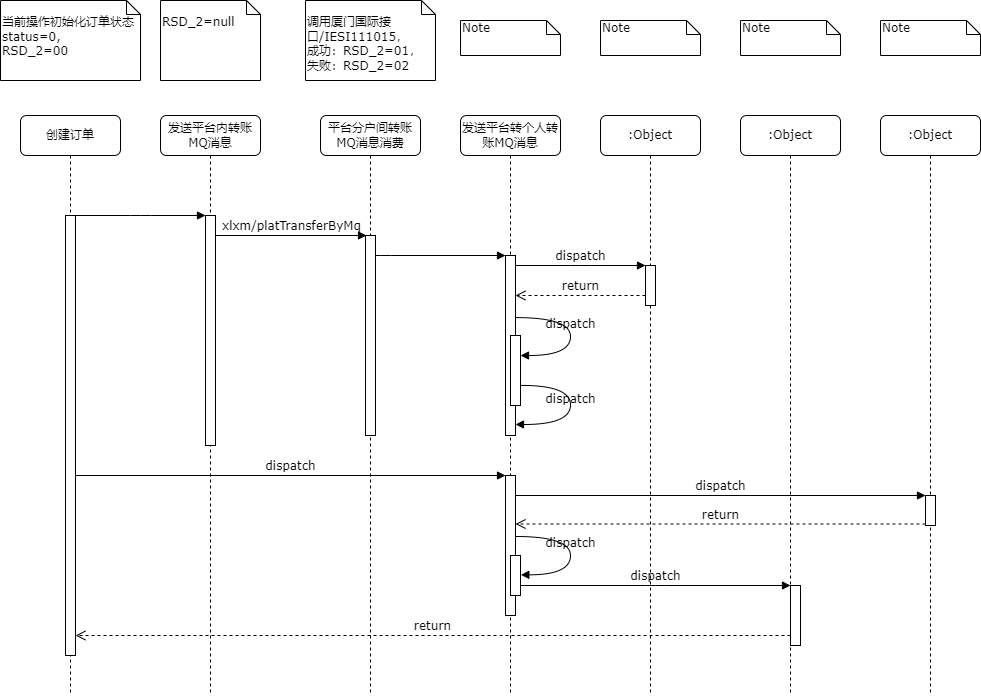
songyibo2019/mydiagrams keeps this draw.io diagram as 厦门银行订单状态RSD_2.png. Above is the earlier version. Source tidied: cells renumbered, new cells last; positions are measured from the earlier drawing's top-left corner, leaving out a move shared by most shapes.
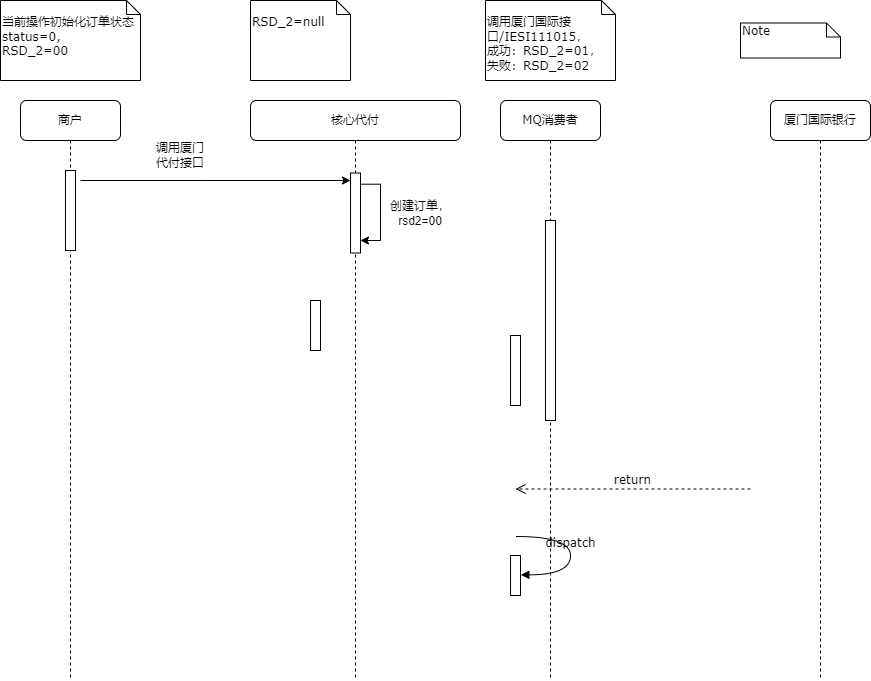
Above is the later version.

Commit message:
Update 厦门银行订单状态RSD_2.png

What changed in the source:
```diff
@@ -2,119 +2,59 @@
   <root>
     <mxCell id="0" />
     <mxCell id="1" parent="0" />
-    <mxCell id="2" value="发送平台内转账MQ消息" style="shape=umlLifeline;perimeter=lifelinePerimeter;whiteSpace=wrap;html=1;rounded=1;shadow=0;comic=0;labelBackgroundColor=none;strokeWidth=1;fontFamily=Verdana;fontSize=12;align=center;" parent="1" vertex="1">
-      <mxGeometry x="160" y="115" width="100" height="580" as="geometry" />
+    <mxCell id="2" value="核心代付" style="shape=umlLifeline;perimeter=lifelinePerimeter;whiteSpace=wrap;html=1;rounded=1;shadow=0;comic=0;labelBackgroundColor=none;strokeWidth=1;fontFamily=Verdana;fontSize=12;align=center;" parent="1" vertex="1">
+      <mxGeometry x="250" y="100" width="210" height="580" as="geometry" />
     </mxCell>
     <mxCell id="3" style="html=1;points=[];perimeter=orthogonalPerimeter;rounded=0;shadow=0;comic=0;labelBackgroundColor=none;strokeWidth=1;fontFamily=Verdana;fontSize=12;align=center;" parent="2" vertex="1">
-      <mxGeometry x="45" y="100" width="10" height="230" as="geometry" />
+      <mxGeometry x="100" y="72.5" width="10" height="80" as="geometry" />
     </mxCell>
-    <mxCell id="4" value="xlxm/platTransferByMq" style="html=1;verticalAlign=bottom;endArrow=block;entryX=0.1;entryY=0;labelBackgroundColor=none;fontFamily=Verdana;fontSize=12;edgeStyle=elbowEdgeStyle;elbow=vertical;entryDx=0;entryDy=0;entryPerimeter=0;" parent="2" edge="1" target="7">
-      <mxGeometry relative="1" as="geometry">
-        <mxPoint x="55" y="120" as="sourcePoint" />
-      </mxGeometry>
-    </mxCell>
-    <mxCell id="5" value="&lt;pre style=&quot;color: rgb(8 , 8 , 8) ; font-family: &amp;#34;jetbrains mono&amp;#34; , monospace ; font-size: 9.8pt&quot;&gt;&lt;br&gt;&lt;/pre&gt;" style="edgeLabel;html=1;align=center;verticalAlign=middle;" parent="4" vertex="1">
-      <mxGeometry x="-0.13" relative="1" as="geometry" />
-    </mxCell>
+    <mxCell id="40" style="html=1;perimeter=orthogonalPerimeter;rounded=0;shadow=0;comic=0;labelBackgroundColor=none;strokeWidth=1;fontFamily=Verdana;fontSize=12;align=center;" parent="2" vertex="1">
+      <mxGeometry x="60" y="200" width="10" height="50" as="geometry" />
+    </mxCell>
+    <mxCell id="41" style="edgeStyle=elbowEdgeStyle;elbow=vertical;endArrow=classic;html=1;rounded=0;exitX=1;exitY=0.14;exitDx=0;exitDy=0;exitPerimeter=0;" parent="2" edge="1" source="3" target="3">
+      <mxGeometry relative="1" as="geometry">
+        <Array as="points">
+          <mxPoint x="130" y="140" />
+          <mxPoint x="150" y="130" />
+          <mxPoint x="160" y="140" />
+          <mxPoint x="120" y="140" />
+          <mxPoint x="130" y="150" />
+          <mxPoint x="150" y="125" />
+          <mxPoint x="100" y="150" />
+          <mxPoint x="120" y="125" />
+          <mxPoint x="90" y="150" />
+          <mxPoint x="100" y="100" />
+          <mxPoint x="140" y="120" />
+        </Array>
+      </mxGeometry>
+    </mxCell>
+    <mxCell id="42" value="创建订单，rsd2=00" style="text;html=1;strokeColor=none;fillColor=none;align=center;verticalAlign=middle;whiteSpace=wrap;rounded=0;" parent="2" vertex="1">
+      <mxGeometry x="130" y="95" width="80" height="35" as="geometry" />
+    </mxCell>
-    <mxCell id="6" value="平台分户间转账MQ消息消费" style="shape=umlLifeline;perimeter=lifelinePerimeter;whiteSpace=wrap;html=1;rounded=1;shadow=0;comic=0;labelBackgroundColor=none;strokeWidth=1;fontFamily=Verdana;fontSize=12;align=center;" parent="1" vertex="1">
-      <mxGeometry x="320" y="115" width="100" height="580" as="geometry" />
+    <mxCell id="6" value="MQ消费者" style="shape=umlLifeline;perimeter=lifelinePerimeter;whiteSpace=wrap;html=1;rounded=1;shadow=0;comic=0;labelBackgroundColor=none;strokeWidth=1;fontFamily=Verdana;fontSize=12;align=center;" parent="1" vertex="1">
+      <mxGeometry x="500" y="100" width="100" height="580" as="geometry" />
     </mxCell>
     <mxCell id="7" style="html=1;points=[];perimeter=orthogonalPerimeter;rounded=0;shadow=0;comic=0;labelBackgroundColor=none;strokeWidth=1;fontFamily=Verdana;fontSize=12;align=center;" parent="6" vertex="1">
       <mxGeometry x="45" y="120" width="10" height="200" as="geometry" />
     </mxCell>
-    <mxCell id="8" value="发送平台转个人转账MQ消息" style="shape=umlLifeline;perimeter=lifelinePerimeter;whiteSpace=wrap;html=1;rounded=1;shadow=0;comic=0;labelBackgroundColor=none;strokeWidth=1;fontFamily=Verdana;fontSize=12;align=center;" parent="1" vertex="1">
-      <mxGeometry x="460" y="115" width="100" height="580" as="geometry" />
+    <mxCell id="8" value="厦门国际银行" style="shape=umlLifeline;perimeter=lifelinePerimeter;whiteSpace=wrap;html=1;rounded=1;shadow=0;comic=0;labelBackgroundColor=none;strokeWidth=1;fontFamily=Verdana;fontSize=12;align=center;" parent="1" vertex="1">
+      <mxGeometry x="770" y="100" width="100" height="580" as="geometry" />
     </mxCell>
-    <mxCell id="9" value=":Object" style="shape=umlLifeline;perimeter=lifelinePerimeter;whiteSpace=wrap;html=1;rounded=1;shadow=0;comic=0;labelBackgroundColor=none;strokeWidth=1;fontFamily=Verdana;fontSize=12;align=center;" parent="1" vertex="1">
-      <mxGeometry x="600" y="115" width="100" height="580" as="geometry" />
-    </mxCell>
-    <mxCell id="10" value=":Object" style="shape=umlLifeline;perimeter=lifelinePerimeter;whiteSpace=wrap;html=1;rounded=1;shadow=0;comic=0;labelBackgroundColor=none;strokeWidth=1;fontFamily=Verdana;fontSize=12;align=center;" parent="1" vertex="1">
-      <mxGeometry x="740" y="115" width="100" height="580" as="geometry" />
-    </mxCell>
-    <mxCell id="11" value=":Object" style="shape=umlLifeline;perimeter=lifelinePerimeter;whiteSpace=wrap;html=1;rounded=1;shadow=0;comic=0;labelBackgroundColor=none;strokeWidth=1;fontFamily=Verdana;fontSize=12;align=center;" parent="1" vertex="1">
-      <mxGeometry x="880" y="115" width="100" height="580" as="geometry" />
-    </mxCell>
-    <mxCell id="12" value="创建订单" style="shape=umlLifeline;perimeter=lifelinePerimeter;whiteSpace=wrap;html=1;rounded=1;shadow=0;comic=0;labelBackgroundColor=none;strokeWidth=1;fontFamily=Verdana;fontSize=12;align=center;" parent="1" vertex="1">
-      <mxGeometry x="20" y="115" width="100" height="580" as="geometry" />
+    <mxCell id="12" value="商户" style="shape=umlLifeline;perimeter=lifelinePerimeter;whiteSpace=wrap;html=1;rounded=1;shadow=0;comic=0;labelBackgroundColor=none;strokeWidth=1;fontFamily=Verdana;fontSize=12;align=center;" parent="1" vertex="1">
+      <mxGeometry x="20" y="100" width="100" height="580" as="geometry" />
     </mxCell>
     <mxCell id="13" style="html=1;points=[];perimeter=orthogonalPerimeter;rounded=0;shadow=0;comic=0;labelBackgroundColor=none;strokeWidth=1;fontFamily=Verdana;fontSize=12;align=center;" parent="12" vertex="1">
-      <mxGeometry x="45" y="100" width="10" height="440" as="geometry" />
+      <mxGeometry x="45" y="70" width="10" height="80" as="geometry" />
     </mxCell>
-    <mxCell id="14" style="html=1;points=[];perimeter=orthogonalPerimeter;rounded=0;shadow=0;comic=0;labelBackgroundColor=none;strokeWidth=1;fontFamily=Verdana;fontSize=12;align=center;" parent="1" vertex="1">
-      <mxGeometry x="505" y="255" width="10" height="180" as="geometry" />
-    </mxCell>
-    <mxCell id="15" style="html=1;verticalAlign=bottom;endArrow=block;labelBackgroundColor=none;fontFamily=Verdana;fontSize=12;edgeStyle=elbowEdgeStyle;elbow=vertical;" parent="1" edge="1" source="7" target="14">
-      <mxGeometry relative="1" as="geometry">
-        <Array as="points">
-          <mxPoint x="380" y="255" />
-        </Array>
-      </mxGeometry>
-    </mxCell>
-    <mxCell id="16" style="html=1;points=[];perimeter=orthogonalPerimeter;rounded=0;shadow=0;comic=0;labelBackgroundColor=none;strokeWidth=1;fontFamily=Verdana;fontSize=12;align=center;" parent="1" vertex="1">
-      <mxGeometry x="645" y="265" width="10" height="40" as="geometry" />
-    </mxCell>
-    <mxCell id="17" value="dispatch" style="html=1;verticalAlign=bottom;endArrow=block;entryX=0;entryY=0;labelBackgroundColor=none;fontFamily=Verdana;fontSize=12;edgeStyle=elbowEdgeStyle;elbow=vertical;" parent="1" edge="1" source="14" target="16">
-      <mxGeometry relative="1" as="geometry" />
-    </mxCell>
-    <mxCell id="18" value="return" style="html=1;verticalAlign=bottom;endArrow=open;dashed=1;endSize=8;labelBackgroundColor=none;fontFamily=Verdana;fontSize=12;edgeStyle=elbowEdgeStyle;elbow=vertical;" parent="1" edge="1" source="16" target="14">
-      <mxGeometry relative="1" as="geometry">
-        <Array as="points">
-          <mxPoint x="590" y="295" />
-          <mxPoint x="620" y="295" />
-        </Array>
-      </mxGeometry>
-    </mxCell>
-    <mxCell id="19" style="html=1;points=[];perimeter=orthogonalPerimeter;rounded=0;shadow=0;comic=0;labelBackgroundColor=none;strokeWidth=1;fontFamily=Verdana;fontSize=12;align=center;" parent="1" vertex="1">
-      <mxGeometry x="505" y="475" width="10" height="140" as="geometry" />
-    </mxCell>
-    <mxCell id="20" value="dispatch" style="html=1;verticalAlign=bottom;endArrow=block;entryX=0;entryY=0;labelBackgroundColor=none;fontFamily=Verdana;fontSize=12;" parent="1" edge="1" source="13" target="19">
-      <mxGeometry relative="1" as="geometry" />
-    </mxCell>
-    <mxCell id="21" style="html=1;points=[];perimeter=orthogonalPerimeter;rounded=0;shadow=0;comic=0;labelBackgroundColor=none;strokeColor=#000000;strokeWidth=1;fillColor=#FFFFFF;fontFamily=Verdana;fontSize=12;fontColor=#000000;align=center;" parent="1" vertex="1">
-      <mxGeometry x="925" y="495" width="10" height="30" as="geometry" />
-    </mxCell>
-    <mxCell id="22" value="dispatch" style="html=1;verticalAlign=bottom;endArrow=block;entryX=0;entryY=0;labelBackgroundColor=none;fontFamily=Verdana;fontSize=12;" parent="1" edge="1" source="19" target="21">
-      <mxGeometry relative="1" as="geometry" />
-    </mxCell>
-    <mxCell id="23" value="return" style="html=1;verticalAlign=bottom;endArrow=open;dashed=1;endSize=8;exitX=0;exitY=0.95;labelBackgroundColor=none;fontFamily=Verdana;fontSize=12;" parent="1" edge="1" source="21" target="19">
-      <mxGeometry relative="1" as="geometry" />
+    <mxCell id="23" value="return" style="html=1;verticalAlign=bottom;endArrow=open;dashed=1;endSize=8;exitX=0;exitY=0.95;labelBackgroundColor=none;fontFamily=Verdana;fontSize=12;" parent="1" edge="1">
+      <mxGeometry relative="1" as="geometry">
+        <mxPoint x="750" y="488.5" as="sourcePoint" />
+        <mxPoint x="515" y="488.5" as="targetPoint" />
+      </mxGeometry>
     </mxCell>
-    <mxCell id="24" style="html=1;points=[];perimeter=orthogonalPerimeter;rounded=0;shadow=0;comic=0;labelBackgroundColor=none;strokeWidth=1;fontFamily=Verdana;fontSize=12;align=center;" parent="1" vertex="1">
-      <mxGeometry x="790" y="585" width="10" height="60" as="geometry" />
-    </mxCell>
-    <mxCell id="25" value="dispatch" style="html=1;verticalAlign=bottom;endArrow=block;entryX=0;entryY=0;labelBackgroundColor=none;fontFamily=Verdana;fontSize=12;edgeStyle=elbowEdgeStyle;elbow=vertical;" parent="1" edge="1" source="31" target="24">
-      <mxGeometry relative="1" as="geometry" />
-    </mxCell>
-    <mxCell id="26" value="return" style="html=1;verticalAlign=bottom;endArrow=open;dashed=1;endSize=8;labelBackgroundColor=none;fontFamily=Verdana;fontSize=12;edgeStyle=elbowEdgeStyle;elbow=vertical;" parent="1" edge="1" source="24" target="13">
-      <mxGeometry relative="1" as="geometry">
-        <Array as="points">
-          <mxPoint x="490" y="635" />
-        </Array>
-      </mxGeometry>
-    </mxCell>
-    <mxCell id="27" style="html=1;verticalAlign=bottom;endArrow=block;entryX=0;entryY=0;labelBackgroundColor=none;fontFamily=Verdana;fontSize=12;edgeStyle=elbowEdgeStyle;elbow=vertical;" parent="1" edge="1" source="13" target="3">
-      <mxGeometry relative="1" as="geometry" />
-    </mxCell>
     <mxCell id="28" style="html=1;points=[];perimeter=orthogonalPerimeter;rounded=0;shadow=0;comic=0;labelBackgroundColor=none;strokeWidth=1;fontFamily=Verdana;fontSize=12;align=center;" parent="1" vertex="1">
       <mxGeometry x="510" y="335" width="10" height="70" as="geometry" />
     </mxCell>
-    <mxCell id="29" value="dispatch" style="html=1;verticalAlign=bottom;endArrow=block;labelBackgroundColor=none;fontFamily=Verdana;fontSize=12;elbow=vertical;edgeStyle=orthogonalEdgeStyle;curved=1;entryX=1;entryY=0.286;entryPerimeter=0;exitX=1.038;exitY=0.345;exitPerimeter=0;" parent="1" edge="1" source="14" target="28">
-      <mxGeometry relative="1" as="geometry">
-        <Array as="points">
-          <mxPoint x="570" y="317" />
-          <mxPoint x="570" y="355" />
-        </Array>
-      </mxGeometry>
-    </mxCell>
-    <mxCell id="30" value="dispatch" style="html=1;verticalAlign=bottom;endArrow=block;labelBackgroundColor=none;fontFamily=Verdana;fontSize=12;elbow=vertical;edgeStyle=orthogonalEdgeStyle;curved=1;exitX=1.066;exitY=0.713;exitPerimeter=0;" parent="1" edge="1" source="28">
-      <mxGeometry relative="1" as="geometry">
-        <mxPoint x="515" y="424" as="targetPoint" />
-        <Array as="points">
-          <mxPoint x="570" y="385" />
-          <mxPoint x="570" y="424" />
-        </Array>
-      </mxGeometry>
-    </mxCell>
     <mxCell id="31" style="html=1;points=[];perimeter=orthogonalPerimeter;rounded=0;shadow=0;comic=0;labelBackgroundColor=none;strokeWidth=1;fontFamily=Verdana;fontSize=12;align=center;" parent="1" vertex="1">
       <mxGeometry x="510" y="555" width="10" height="40" as="geometry" />
     </mxCell>
@@ -132,22 +72,24 @@
       <mxGeometry width="140" height="80" as="geometry" />
     </mxCell>
     <mxCell id="34" value="&lt;br&gt;RSD_2=null" style="shape=note;whiteSpace=wrap;html=1;size=14;verticalAlign=top;align=left;spacingTop=-6;rounded=0;shadow=0;comic=0;labelBackgroundColor=none;strokeWidth=1;fontFamily=Verdana;fontSize=12;" parent="1" vertex="1">
-      <mxGeometry x="160" width="100" height="80" as="geometry" />
+      <mxGeometry x="250" width="100" height="80" as="geometry" />
     </mxCell>
     <mxCell id="35" value="&lt;font style=&quot;font-size: 10px&quot;&gt;&lt;br&gt;调用厦门国际接口/IESI111015，&lt;br&gt;成功：RSD_2=01，&lt;br&gt;失败：RSD_2=02&lt;/font&gt;" style="shape=note;whiteSpace=wrap;html=1;size=14;verticalAlign=top;align=left;spacingTop=-6;rounded=0;shadow=0;comic=0;labelBackgroundColor=none;strokeWidth=1;fontFamily=Verdana;fontSize=12;" parent="1" vertex="1">
-      <mxGeometry x="305" width="130" height="80" as="geometry" />
+      <mxGeometry x="485" width="130" height="80" as="geometry" />
     </mxCell>
     <mxCell id="36" value="Note" style="shape=note;whiteSpace=wrap;html=1;size=14;verticalAlign=top;align=left;spacingTop=-6;rounded=0;shadow=0;comic=0;labelBackgroundColor=none;strokeWidth=1;fontFamily=Verdana;fontSize=12;" parent="1" vertex="1">
-      <mxGeometry x="460" y="20" width="100" height="35" as="geometry" />
+      <mxGeometry x="740" y="22.5" width="100" height="35" as="geometry" />
     </mxCell>
-    <mxCell id="37" value="Note" style="shape=note;whiteSpace=wrap;html=1;size=14;verticalAlign=top;align=left;spacingTop=-6;rounded=0;shadow=0;comic=0;labelBackgroundColor=none;strokeWidth=1;fontFamily=Verdana;fontSize=12;" parent="1" vertex="1">
-      <mxGeometry x="600" y="20" width="100" height="35" as="geometry" />
-    </mxCell>
-    <mxCell id="38" value="Note" style="shape=note;whiteSpace=wrap;html=1;size=14;verticalAlign=top;align=left;spacingTop=-6;rounded=0;shadow=0;comic=0;labelBackgroundColor=none;strokeWidth=1;fontFamily=Verdana;fontSize=12;" parent="1" vertex="1">
-      <mxGeometry x="740" y="20" width="100" height="35" as="geometry" />
-    </mxCell>
-    <mxCell id="39" value="Note" style="shape=note;whiteSpace=wrap;html=1;size=14;verticalAlign=top;align=left;spacingTop=-6;rounded=0;shadow=0;comic=0;labelBackgroundColor=none;strokeWidth=1;fontFamily=Verdana;fontSize=12;" parent="1" vertex="1">
-      <mxGeometry x="880" y="20" width="100" height="35" as="geometry" />
-    </mxCell>
+    <mxCell id="43" value="调用厦门代付接口" style="text;html=1;strokeColor=none;fillColor=none;align=center;verticalAlign=middle;whiteSpace=wrap;rounded=0;" parent="1" vertex="1">
+      <mxGeometry x="150" y="140" width="60" height="30" as="geometry" />
+    </mxCell>
+    <mxCell id="44" style="endArrow=classic;html=1;rounded=0;" parent="1" edge="1" target="3">
+      <mxGeometry relative="1" as="geometry">
+        <mxPoint x="80" y="180" as="sourcePoint" />
+        <Array as="points">
+          <mxPoint x="200" y="180" />
+        </Array>
+      </mxGeometry>
+    </mxCell>
   </root>
 </mxGraphModel>
```
